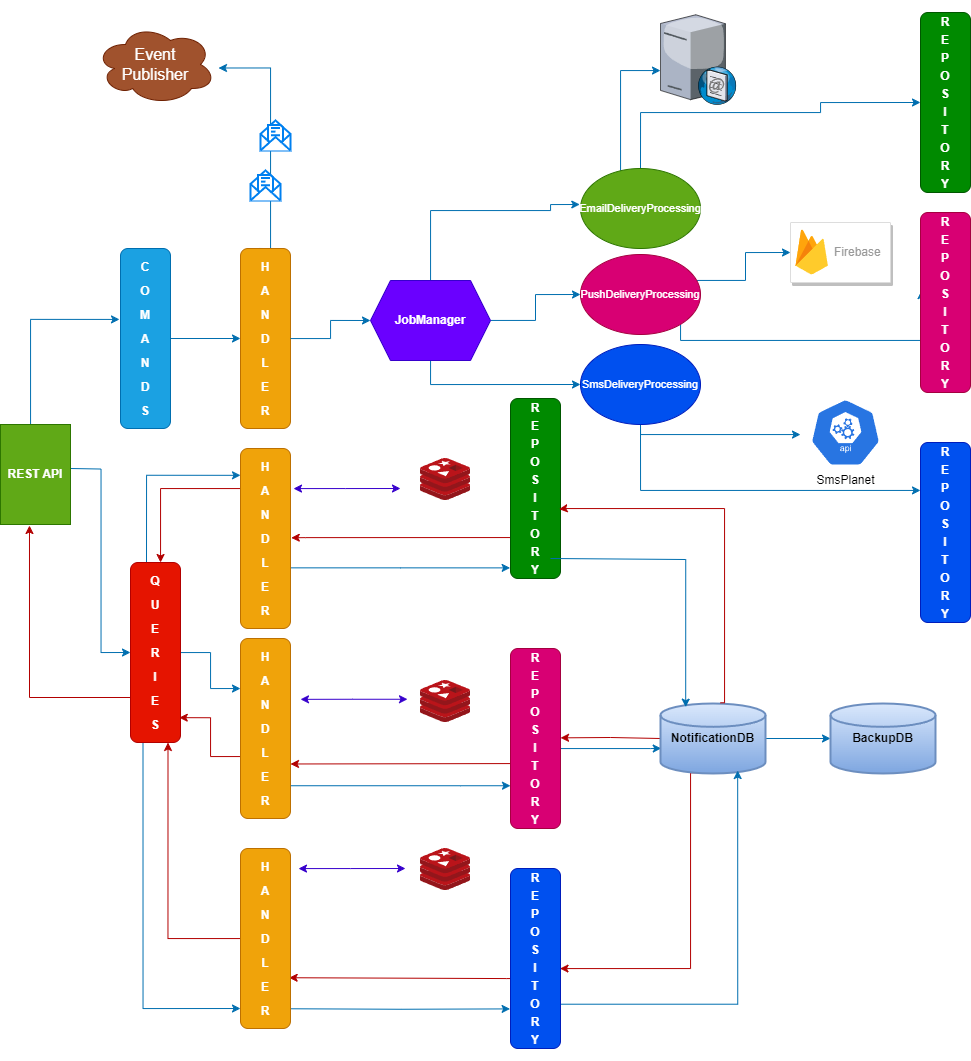
solowiejmaciej/EmailService keeps this draw.io diagram as ArchitectureDiagram.drawio.png. Above is the earlier version. Source tidied: cells renumbered, new cells last; positions are measured from the earlier drawing's top-left corner, leaving out a move shared by most shapes.
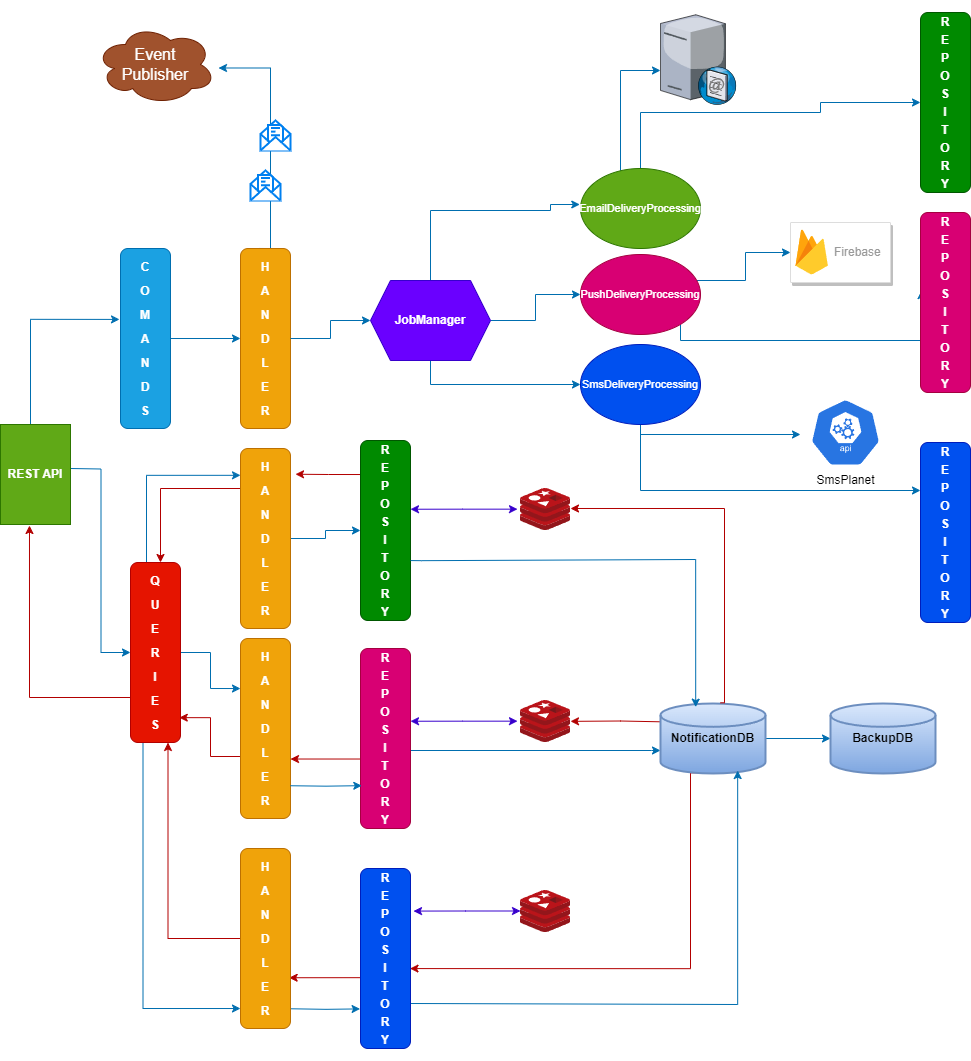
After the commit.

The edit, as a diff of the source:
```diff
@@ -68,34 +68,33 @@
     <mxCell id="15" value="&lt;p style=&quot;line-height: 200%;&quot;&gt;&lt;b style=&quot;color: rgb(255, 255, 255);&quot;&gt;H&lt;br&gt;A&lt;br&gt;N&lt;br&gt;D&lt;br&gt;L&lt;br&gt;E&lt;br&gt;R&lt;/b&gt;&lt;/p&gt;" style="rounded=1;whiteSpace=wrap;html=1;fillColor=#f0a30a;fontColor=#000000;strokeColor=#BD7000;" parent="1" vertex="1">
       <mxGeometry x="240" y="626" width="50" height="180" as="geometry" />
     </mxCell>
-    <mxCell id="16" style="edgeStyle=orthogonalEdgeStyle;rounded=0;jettySize=auto;html=1;fillColor=#1ba1e2;strokeColor=#006EAF;entryX=0.007;entryY=0.641;entryDx=0;entryDy=0;entryPerimeter=0;exitX=1;exitY=0.75;exitDx=0;exitDy=0;" parent="1" edge="1" target="22">
+    <mxCell id="16" style="edgeStyle=orthogonalEdgeStyle;rounded=0;orthogonalLoop=1;jettySize=auto;html=1;fillColor=#1ba1e2;strokeColor=#006EAF;" parent="1" edge="1">
       <mxGeometry relative="1" as="geometry">
-        <mxPoint x="550" y="771" as="sourcePoint" />
+        <mxPoint x="400" y="738" as="sourcePoint" />
+        <mxPoint x="660" y="738" as="targetPoint" />
         <Array as="points">
-          <mxPoint x="550" y="736" />
-          <mxPoint x="650" y="736" />
+          <mxPoint x="651" y="738" />
         </Array>
       </mxGeometry>
     </mxCell>
-    <mxCell id="17" style="edgeStyle=orthogonalEdgeStyle;rounded=0;orthogonalLoop=1;jettySize=auto;html=1;entryX=0.983;entryY=0.847;entryDx=0;entryDy=0;exitX=0.021;exitY=0.761;exitDx=0;exitDy=0;exitPerimeter=0;fillColor=#e51400;strokeColor=#B20000;entryPerimeter=0;" parent="1" edge="1">
+    <mxCell id="17" style="edgeStyle=orthogonalEdgeStyle;rounded=0;jettySize=auto;html=1;exitX=0.027;exitY=0.614;exitDx=0;exitDy=0;exitPerimeter=0;fillColor=#e51400;strokeColor=#B20000;" parent="1" edge="1" source="18" target="15">
       <mxGeometry relative="1" as="geometry">
-        <mxPoint x="511.9" y="746" as="sourcePoint" />
-        <mxPoint x="290" y="751.5" as="targetPoint" />
         <Array as="points">
-          <mxPoint x="511.9" y="751" />
-          <mxPoint x="551.9" y="751" />
+          <mxPoint x="360" y="746" />
+          <mxPoint x="360" y="748" />
         </Array>
       </mxGeometry>
     </mxCell>
     <mxCell id="18" value="&lt;p style=&quot;line-height: 150%;&quot;&gt;&lt;b style=&quot;&quot;&gt;R&lt;br&gt;E&lt;br&gt;P&lt;br&gt;O&lt;br&gt;S&lt;br&gt;I&lt;br&gt;T&lt;br&gt;O&lt;br&gt;R&lt;br&gt;Y&lt;/b&gt;&lt;/p&gt;" style="rounded=1;whiteSpace=wrap;html=1;fillColor=#d80073;strokeColor=#A50040;fontColor=#ffffff;" parent="1" vertex="1">
-      <mxGeometry x="510" y="636" width="50" height="180" as="geometry" />
+      <mxGeometry x="360" y="636" width="50" height="180" as="geometry" />
     </mxCell>
-    <mxCell id="19" style="edgeStyle=orthogonalEdgeStyle;rounded=0;jettySize=auto;html=1;fillColor=#e51400;strokeColor=#B20000;exitX=0;exitY=0.5;exitDx=0;exitDy=0;exitPerimeter=0;" parent="1" edge="1" source="22">
+    <mxCell id="19" style="edgeStyle=orthogonalEdgeStyle;rounded=0;orthogonalLoop=1;jettySize=auto;html=1;fillColor=#e51400;strokeColor=#B20000;exitX=0;exitY=0.5;exitDx=0;exitDy=0;exitPerimeter=0;" parent="1" edge="1">
       <mxGeometry relative="1" as="geometry">
-        <mxPoint x="560" y="725.4" as="targetPoint" />
+        <mxPoint x="670" y="709.5" as="sourcePoint" />
+        <mxPoint x="570" y="708.9" as="targetPoint" />
         <Array as="points">
-          <mxPoint x="660" y="725" />
-          <mxPoint x="610" y="725" />
+          <mxPoint x="670" y="708.5" />
+          <mxPoint x="620" y="708.5" />
         </Array>
       </mxGeometry>
     </mxCell>
@@ -141,28 +140,21 @@
     <mxCell id="28" value="&lt;b&gt;JobManager&lt;/b&gt;" style="shape=hexagon;perimeter=hexagonPerimeter2;whiteSpace=wrap;html=1;fixedSize=1;fillColor=#6a00ff;fontColor=#ffffff;strokeColor=#3700CC;" parent="1" vertex="1">
       <mxGeometry x="370" y="268" width="120" height="80" as="geometry" />
     </mxCell>
-    <mxCell id="29" style="edgeStyle=orthogonalEdgeStyle;rounded=0;jettySize=auto;html=1;fillColor=#1ba1e2;strokeColor=#006EAF;entryX=-0.007;entryY=0.941;entryDx=0;entryDy=0;entryPerimeter=0;" parent="1" edge="1" source="39" target="34">
-      <mxGeometry relative="1" as="geometry">
-        <Array as="points">
-          <mxPoint x="400" y="556" />
-        </Array>
-      </mxGeometry>
+    <mxCell id="29" style="edgeStyle=orthogonalEdgeStyle;rounded=0;jettySize=auto;html=1;fillColor=#1ba1e2;strokeColor=#006EAF;" parent="1" edge="1" source="39" target="34">
+      <mxGeometry relative="1" as="geometry" />
     </mxCell>
     <mxCell id="30" style="edgeStyle=orthogonalEdgeStyle;rounded=0;orthogonalLoop=1;jettySize=auto;html=1;entryX=1.06;entryY=0.556;entryDx=0;entryDy=0;entryPerimeter=0;fillColor=#6a00ff;strokeColor=#3700CC;startArrow=classic;startFill=1;" parent="1" edge="1">
       <mxGeometry relative="1" as="geometry">
-        <mxPoint x="400" y="476" as="sourcePoint" />
-        <mxPoint x="293" y="476.1" as="targetPoint" />
+        <mxPoint x="517" y="708.7" as="sourcePoint" />
+        <mxPoint x="410" y="708.7" as="targetPoint" />
         <Array as="points">
-          <mxPoint x="345" y="477" />
+          <mxPoint x="462" y="709.7" />
         </Array>
       </mxGeometry>
     </mxCell>
-    <mxCell id="31" style="edgeStyle=orthogonalEdgeStyle;rounded=0;jettySize=auto;html=1;fillColor=#1ba1e2;strokeColor=#006EAF;exitX=1.008;exitY=0.818;exitDx=0;exitDy=0;exitPerimeter=0;" parent="1" edge="1" source="15" target="18">
+    <mxCell id="31" style="edgeStyle=orthogonalEdgeStyle;rounded=0;jettySize=auto;html=1;fillColor=#1ba1e2;strokeColor=#006EAF;exitX=1.008;exitY=0.818;exitDx=0;exitDy=0;exitPerimeter=0;entryX=0.026;entryY=0.762;entryDx=0;entryDy=0;entryPerimeter=0;" parent="1" edge="1" target="18">
       <mxGeometry relative="1" as="geometry">
-        <Array as="points">
-          <mxPoint x="460" y="773" />
-          <mxPoint x="460" y="773" />
-        </Array>
+        <mxPoint x="290" y="773.2" as="sourcePoint" />
       </mxGeometry>
     </mxCell>
     <mxCell id="32" style="edgeStyle=orthogonalEdgeStyle;rounded=0;jettySize=auto;html=1;fillColor=#1ba1e2;strokeColor=#006EAF;exitX=1.006;exitY=0.956;exitDx=0;exitDy=0;exitPerimeter=0;entryX=-0.008;entryY=0.78;entryDx=0;entryDy=0;entryPerimeter=0;" parent="1" edge="1" target="37">
@@ -170,21 +162,18 @@
         <mxPoint x="290" y="996.3" as="sourcePoint" />
       </mxGeometry>
     </mxCell>
-    <mxCell id="33" style="edgeStyle=orthogonalEdgeStyle;rounded=0;jettySize=auto;html=1;fillColor=#e51400;strokeColor=#B20000;entryX=1.015;entryY=0.496;entryDx=0;entryDy=0;entryPerimeter=0;" parent="1" edge="1" target="39">
+    <mxCell id="33" style="edgeStyle=orthogonalEdgeStyle;rounded=0;jettySize=auto;html=1;fillColor=#e51400;strokeColor=#B20000;entryX=1.015;entryY=0.496;entryDx=0;entryDy=0;entryPerimeter=0;exitX=0.02;exitY=0.189;exitDx=0;exitDy=0;exitPerimeter=0;" parent="1" edge="1" source="34">
       <mxGeometry relative="1" as="geometry">
-        <mxPoint x="525.7" y="525" as="sourcePoint" />
-        <Array as="points">
-          <mxPoint x="305" y="525" />
-        </Array>
+        <mxPoint x="295" y="461.7" as="targetPoint" />
       </mxGeometry>
     </mxCell>
     <mxCell id="34" value="&lt;p style=&quot;line-height: 150%;&quot;&gt;&lt;b style=&quot;&quot;&gt;R&lt;br&gt;E&lt;br&gt;P&lt;br&gt;O&lt;br&gt;S&lt;br&gt;I&lt;br&gt;T&lt;br&gt;O&lt;br&gt;R&lt;br&gt;Y&lt;/b&gt;&lt;/p&gt;" style="rounded=1;whiteSpace=wrap;html=1;fillColor=#008a00;strokeColor=#005700;fontColor=#ffffff;" parent="1" vertex="1">
-      <mxGeometry x="510" y="386" width="50" height="180" as="geometry" />
+      <mxGeometry x="360" y="428" width="50" height="180" as="geometry" />
     </mxCell>
-    <mxCell id="35" style="edgeStyle=orthogonalEdgeStyle;rounded=0;jettySize=auto;html=1;fillColor=#1ba1e2;strokeColor=#006EAF;entryX=0.735;entryY=0.958;entryDx=0;entryDy=0;entryPerimeter=0;" parent="1" edge="1" target="22">
+    <mxCell id="35" style="edgeStyle=orthogonalEdgeStyle;rounded=0;jettySize=auto;html=1;fillColor=#1ba1e2;strokeColor=#006EAF;entryX=0.735;entryY=0.958;entryDx=0;entryDy=0;entryPerimeter=0;exitX=1;exitY=0.75;exitDx=0;exitDy=0;" parent="1" edge="1" source="37" target="22">
       <mxGeometry relative="1" as="geometry">
-        <mxPoint x="550" y="991.7" as="sourcePoint" />
         <Array as="points">
+          <mxPoint x="410" y="992" />
           <mxPoint x="737" y="992" />
         </Array>
       </mxGeometry>
@@ -192,13 +181,14 @@
     <mxCell id="36" style="edgeStyle=orthogonalEdgeStyle;rounded=0;jettySize=auto;html=1;exitX=0.023;exitY=0.657;exitDx=0;exitDy=0;exitPerimeter=0;fillColor=#e51400;strokeColor=#B20000;entryX=0.973;entryY=0.718;entryDx=0;entryDy=0;entryPerimeter=0;" parent="1" edge="1" source="37" target="41">
       <mxGeometry relative="1" as="geometry">
         <Array as="points">
-          <mxPoint x="511" y="966" />
-          <mxPoint x="506" y="966" />
+          <mxPoint x="361" y="968" />
+          <mxPoint x="360" y="968" />
+          <mxPoint x="360" y="965" />
         </Array>
       </mxGeometry>
     </mxCell>
     <mxCell id="37" value="&lt;p style=&quot;line-height: 150%;&quot;&gt;&lt;b style=&quot;&quot;&gt;R&lt;br&gt;E&lt;br&gt;P&lt;br&gt;O&lt;br&gt;S&lt;br&gt;I&lt;br&gt;T&lt;br&gt;O&lt;br&gt;R&lt;br&gt;Y&lt;/b&gt;&lt;/p&gt;" style="rounded=1;whiteSpace=wrap;html=1;fillColor=#0050ef;strokeColor=#001DBC;fontColor=#ffffff;" parent="1" vertex="1">
-      <mxGeometry x="510" y="856" width="50" height="180" as="geometry" />
+      <mxGeometry x="360" y="856" width="50" height="180" as="geometry" />
     </mxCell>
     <mxCell id="38" style="edgeStyle=orthogonalEdgeStyle;rounded=0;jettySize=auto;html=1;fillColor=#e51400;strokeColor=#B20000;" parent="1" edge="1" source="39" target="13">
       <mxGeometry relative="1" as="geometry">
@@ -217,7 +207,7 @@
       <mxGeometry x="240" y="836" width="50" height="180" as="geometry" />
     </mxCell>
     <mxCell id="42" style="image;sketch=0;html=1;points=[];align=center;fontSize=12;image=img/lib/mscae/Cache_Redis_Product.svg;" parent="1" vertex="1">
-      <mxGeometry x="420" y="446" width="50" height="42" as="geometry" />
+      <mxGeometry x="520" y="476" width="50" height="42" as="geometry" />
     </mxCell>
     <mxCell id="43" style="edgeStyle=orthogonalEdgeStyle;rounded=0;jettySize=auto;html=1;fillColor=#1ba1e2;strokeColor=#006EAF;entryX=0;entryY=0.5;entryDx=0;entryDy=0;" parent="1" edge="1" source="45" target="56">
       <mxGeometry relative="1" as="geometry">
@@ -295,37 +285,29 @@
     </mxCell>
     <mxCell id="58" style="edgeStyle=orthogonalEdgeStyle;rounded=0;orthogonalLoop=1;jettySize=auto;html=1;entryX=1.06;entryY=0.556;entryDx=0;entryDy=0;entryPerimeter=0;fillColor=#6a00ff;strokeColor=#3700CC;startArrow=classic;startFill=1;" parent="1" edge="1">
       <mxGeometry relative="1" as="geometry">
-        <mxPoint x="405" y="856" as="sourcePoint" />
-        <mxPoint x="298" y="856.1" as="targetPoint" />
+        <mxPoint x="520" y="898.5" as="sourcePoint" />
+        <mxPoint x="413" y="898.6" as="targetPoint" />
         <Array as="points">
-          <mxPoint x="350" y="857" />
+          <mxPoint x="465" y="899.5" />
         </Array>
       </mxGeometry>
     </mxCell>
-    <mxCell id="59" style="edgeStyle=orthogonalEdgeStyle;rounded=0;orthogonalLoop=1;jettySize=auto;html=1;entryX=1.06;entryY=0.556;entryDx=0;entryDy=0;entryPerimeter=0;fillColor=#6a00ff;strokeColor=#3700CC;startArrow=classic;startFill=1;" parent="1" edge="1">
-      <mxGeometry relative="1" as="geometry">
-        <mxPoint x="407" y="686.8" as="sourcePoint" />
-        <mxPoint x="300" y="686.8" as="targetPoint" />
-        <Array as="points">
-          <mxPoint x="352" y="687.8" />
-        </Array>
-      </mxGeometry>
-    </mxCell>
-    <mxCell id="60" style="edgeStyle=orthogonalEdgeStyle;rounded=0;jettySize=auto;html=1;fillColor=#1ba1e2;strokeColor=#006EAF;entryX=0.24;entryY=0.052;entryDx=0;entryDy=0;entryPerimeter=0;" parent="1" edge="1" target="22">
+    <mxCell id="60" style="edgeStyle=orthogonalEdgeStyle;rounded=0;jettySize=auto;html=1;fillColor=#1ba1e2;strokeColor=#006EAF;entryX=0.24;entryY=0.052;entryDx=0;entryDy=0;entryPerimeter=0;exitX=1;exitY=0.667;exitDx=0;exitDy=0;exitPerimeter=0;" parent="1" edge="1" source="34">
       <mxGeometry relative="1" as="geometry">
-        <mxPoint x="550" y="546" as="sourcePoint" />
+        <mxPoint x="695.2" y="694.6" as="targetPoint" />
         <Array as="points">
-          <mxPoint x="550" y="547" />
-          <mxPoint x="685" y="547" />
+          <mxPoint x="421" y="548" />
+          <mxPoint x="420" y="548" />
+          <mxPoint x="420" y="547" />
+          <mxPoint x="695" y="547" />
         </Array>
       </mxGeometry>
     </mxCell>
-    <mxCell id="61" style="edgeStyle=orthogonalEdgeStyle;rounded=0;jettySize=auto;html=1;fillColor=#e51400;strokeColor=#B20000;exitX=0.571;exitY=-0.01;exitDx=0;exitDy=0;exitPerimeter=0;entryX=0.972;entryY=0.615;entryDx=0;entryDy=0;entryPerimeter=0;" parent="1" edge="1" source="22" target="34">
+    <mxCell id="61" style="edgeStyle=orthogonalEdgeStyle;rounded=0;jettySize=auto;html=1;fillColor=#e51400;strokeColor=#B20000;exitX=0.571;exitY=-0.01;exitDx=0;exitDy=0;exitPerimeter=0;entryX=1;entryY=0.476;entryDx=0;entryDy=0;entryPerimeter=0;" parent="1" edge="1" source="22" target="42">
       <mxGeometry relative="1" as="geometry">
         <Array as="points">
           <mxPoint x="724" y="690" />
           <mxPoint x="724" y="496" />
-          <mxPoint x="564" y="496" />
         </Array>
       </mxGeometry>
     </mxCell>
@@ -336,10 +318,10 @@
       <mxGeometry x="250" y="158" width="30" height="30" as="geometry" />
     </mxCell>
     <mxCell id="64" style="image;sketch=0;html=1;align=center;fontSize=12;image=img/lib/mscae/Cache_Redis_Product.svg;" parent="1" vertex="1">
-      <mxGeometry x="420" y="668" width="50" height="42" as="geometry" />
+      <mxGeometry x="520" y="688" width="50" height="42" as="geometry" />
     </mxCell>
     <mxCell id="65" style="image;sketch=0;html=1;align=center;fontSize=12;image=img/lib/mscae/Cache_Redis_Product.svg;" parent="1" vertex="1">
-      <mxGeometry x="420" y="836" width="50" height="42" as="geometry" />
+      <mxGeometry x="520" y="878" width="50" height="42" as="geometry" />
     </mxCell>
     <mxCell id="66" value="&lt;font color=&quot;#000000&quot;&gt;&lt;b&gt;BackupDB&lt;/b&gt;&lt;/font&gt;" style="strokeWidth=2;html=1;shape=mxgraph.flowchart.database;whiteSpace=wrap;fillColor=#dae8fc;gradientColor=#7ea6e0;strokeColor=#6c8ebf;" parent="1" vertex="1">
       <mxGeometry x="830" y="691" width="105" height="70" as="geometry" />
@@ -347,5 +329,14 @@
     <mxCell id="67" value="Event&lt;br&gt;Publisher" style="ellipse;shape=cloud;whiteSpace=wrap;html=1;fontSize=16;fillColor=#a0522d;fontColor=#ffffff;strokeColor=#6D1F00;" parent="1" vertex="1">
       <mxGeometry x="95" y="12" width="120" height="80" as="geometry" />
     </mxCell>
+    <mxCell id="68" style="edgeStyle=orthogonalEdgeStyle;rounded=0;orthogonalLoop=1;jettySize=auto;html=1;entryX=1.06;entryY=0.556;entryDx=0;entryDy=0;entryPerimeter=0;fillColor=#6a00ff;strokeColor=#3700CC;startArrow=classic;startFill=1;" parent="1" edge="1">
+      <mxGeometry relative="1" as="geometry">
+        <mxPoint x="517" y="496.7" as="sourcePoint" />
+        <mxPoint x="410" y="496.7" as="targetPoint" />
+        <Array as="points">
+          <mxPoint x="462" y="497.7" />
+        </Array>
+      </mxGeometry>
+    </mxCell>
   </root>
 </mxGraphModel>
```
